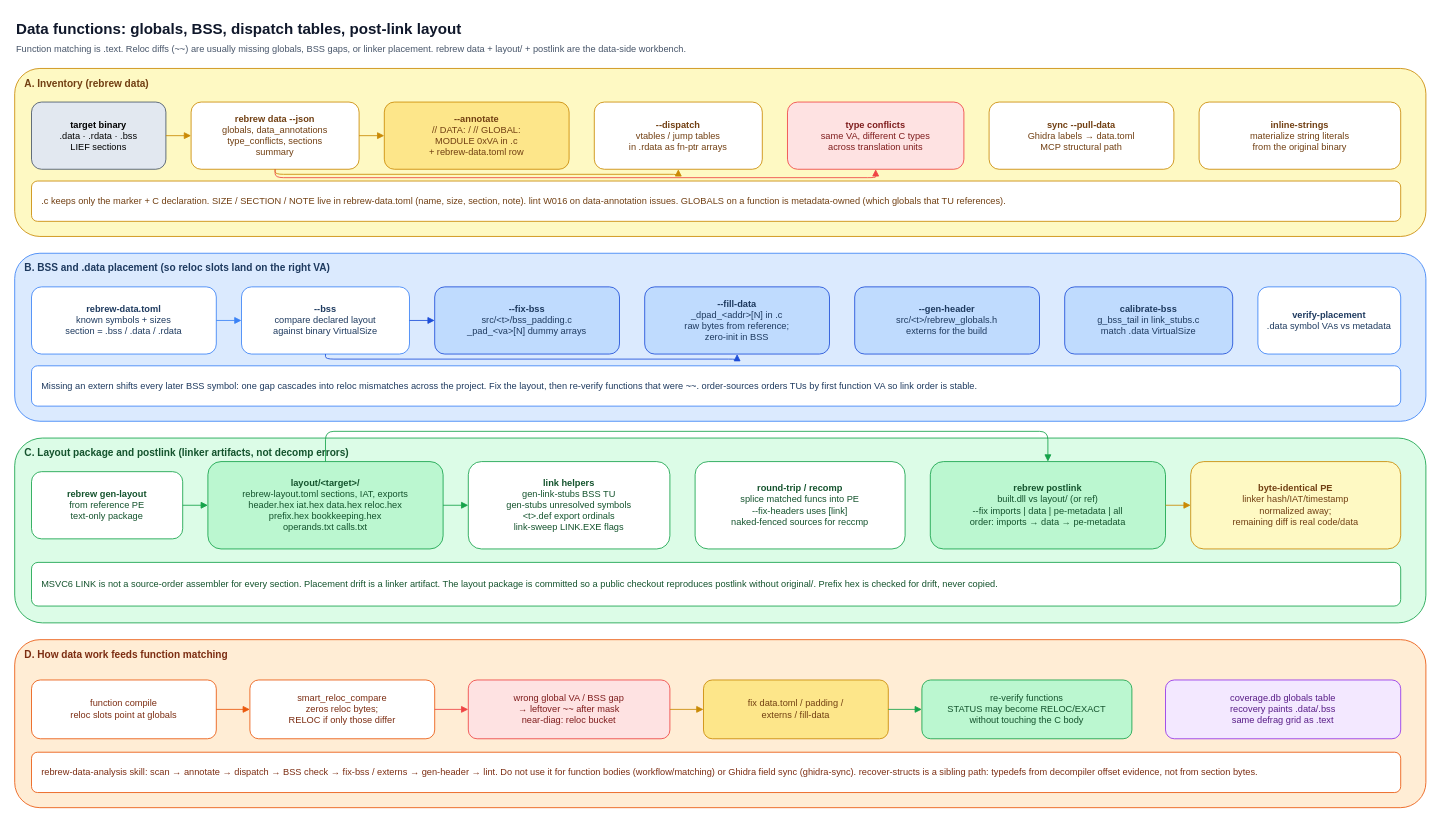
The draw.io diagram page "7. Data, globals, layout" (7 of 9) of docs/architecture.drawio in maci0/rebrew, before the edit. Source tidied: cells renumbered, new cells numbered last; positions are measured from the earlier drawing's top-left corner, leaving out a move shared by most shapes. Both pictures are drawn from the tidied source at 84%, with x=0, y=0 at pixel (14, 14).
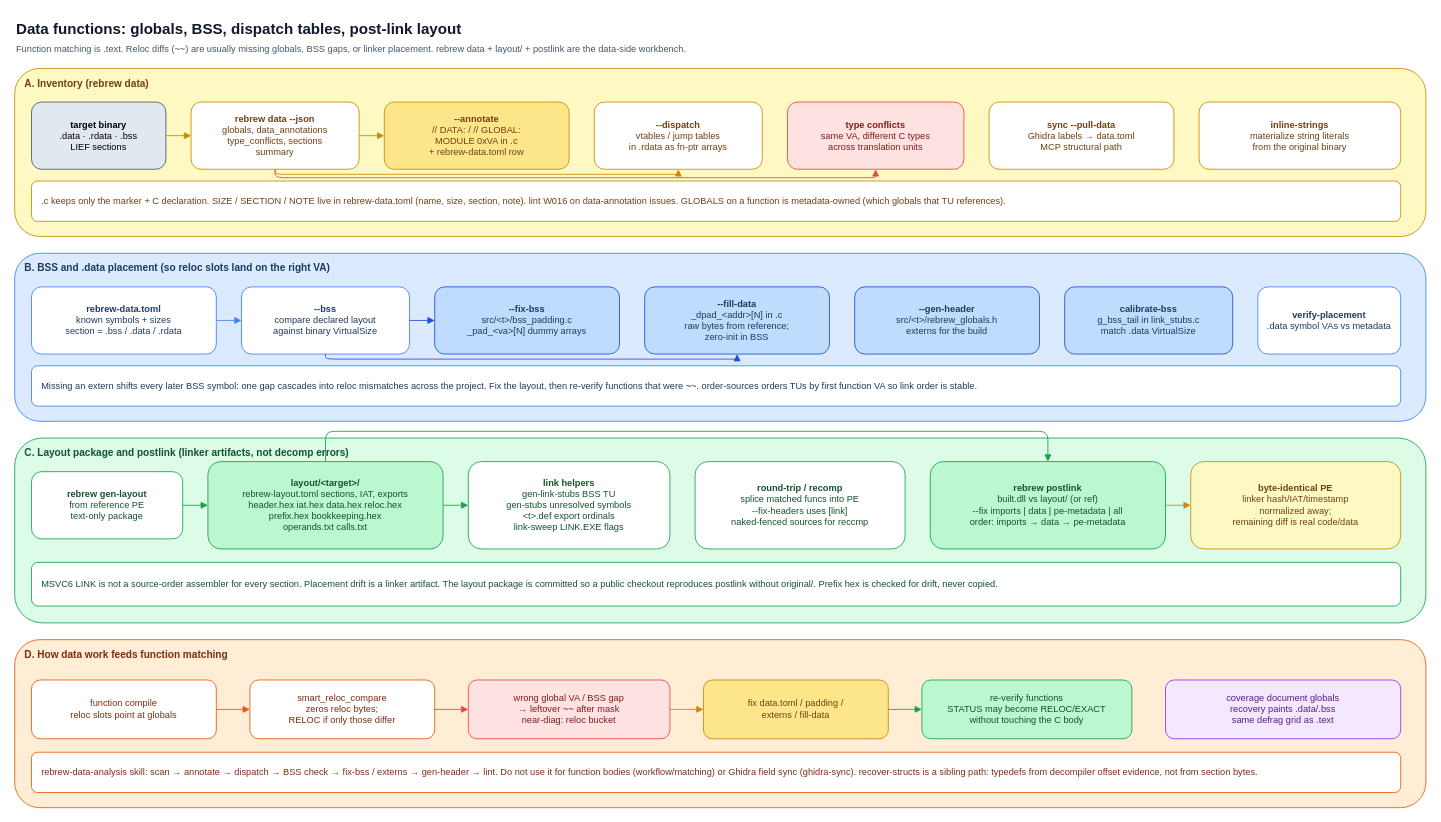
The same diagram, later.

Change to the diagram source:
```diff
@@
-    <mxCell id="47" value="coverage.db globals table&lt;br&gt;recovery paints .data/.bss&lt;br&gt;same defrag grid as .text" style="rounded=1;whiteSpace=wrap;html=1;fillColor=#f3e8ff;strokeColor=#9333ea;fontColor=#581c87;align=center;fontSize=11;" parent="1" vertex="1">
+    <mxCell id="47" value="coverage document globals&lt;br&gt;recovery paints .data/.bss&lt;br&gt;same defrag grid as .text" style="rounded=1;whiteSpace=wrap;html=1;fillColor=#f3e8ff;strokeColor=#9333ea;fontColor=#581c87;align=center;fontSize=11;" parent="1" vertex="1">
       <mxGeometry x="1370" y="792" width="280" height="70" as="geometry" />
     </mxCell>
```
